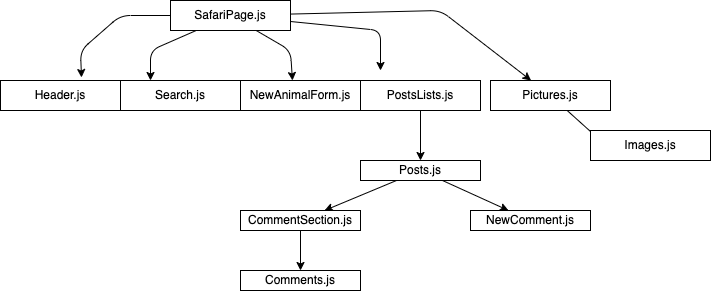
Earlier version of the draw.io export .drawio.png (KlajdoQ/safari-sorority). Source tidied: cells renumbered, new cells last; positions are measured from the earlier drawing's top-left corner, leaving out a move shared by most shapes.
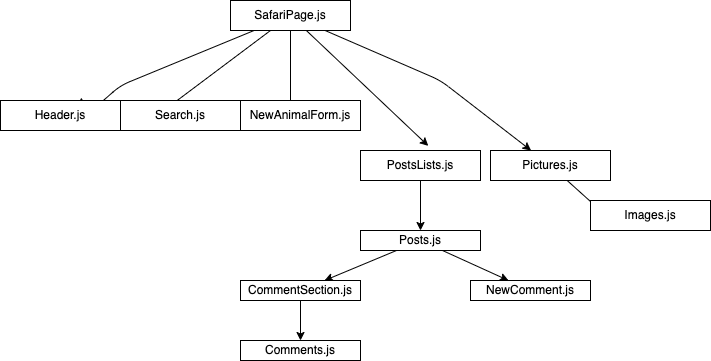
The same file after the commit.

Diff of the diagram source:
```diff
@@ -24,14 +24,6 @@
         </Array>
       </mxGeometry>
     </mxCell>
-    <mxCell id="5" style="edgeStyle=none;html=1;" parent="1" edge="1" source="7">
-      <mxGeometry relative="1" as="geometry">
-        <mxPoint x="380" y="70" as="targetPoint" />
-        <Array as="points">
-          <mxPoint x="380" y="30" />
-        </Array>
-      </mxGeometry>
-    </mxCell>
     <mxCell id="6" style="edgeStyle=none;html=1;" parent="1" edge="1" source="7" target="21">
       <mxGeometry relative="1" as="geometry">
         <Array as="points">
@@ -39,17 +31,20 @@
         </Array>
       </mxGeometry>
     </mxCell>
+    <mxCell id="23" style="edgeStyle=none;html=1;entryX=0.565;entryY=-0.153;entryDx=0;entryDy=0;entryPerimeter=0;" parent="1" edge="1" source="7" target="12">
+      <mxGeometry relative="1" as="geometry" />
+    </mxCell>
     <mxCell id="7" value="SafariPage.js" style="whiteSpace=wrap;html=1;" parent="1" vertex="1">
-      <mxGeometry x="170" width="120" height="30" as="geometry" />
+      <mxGeometry x="230" y="-70" width="120" height="30" as="geometry" />
     </mxCell>
     <mxCell id="8" value="Header.js" style="whiteSpace=wrap;html=1;" parent="1" vertex="1">
-      <mxGeometry y="80" width="120" height="30" as="geometry" />
+      <mxGeometry y="30" width="120" height="30" as="geometry" />
     </mxCell>
     <mxCell id="9" value="Search.js" style="whiteSpace=wrap;html=1;" parent="1" vertex="1">
-      <mxGeometry x="120" y="80" width="120" height="30" as="geometry" />
+      <mxGeometry x="120" y="30" width="120" height="30" as="geometry" />
     </mxCell>
     <mxCell id="10" value="NewAnimalForm.js" style="whiteSpace=wrap;html=1;" parent="1" vertex="1">
-      <mxGeometry x="240" y="80" width="120" height="30" as="geometry" />
+      <mxGeometry x="240" y="30" width="120" height="30" as="geometry" />
     </mxCell>
     <mxCell id="11" style="edgeStyle=none;html=1;" parent="1" edge="1" source="12" target="15">
       <mxGeometry relative="1" as="geometry" />
```
